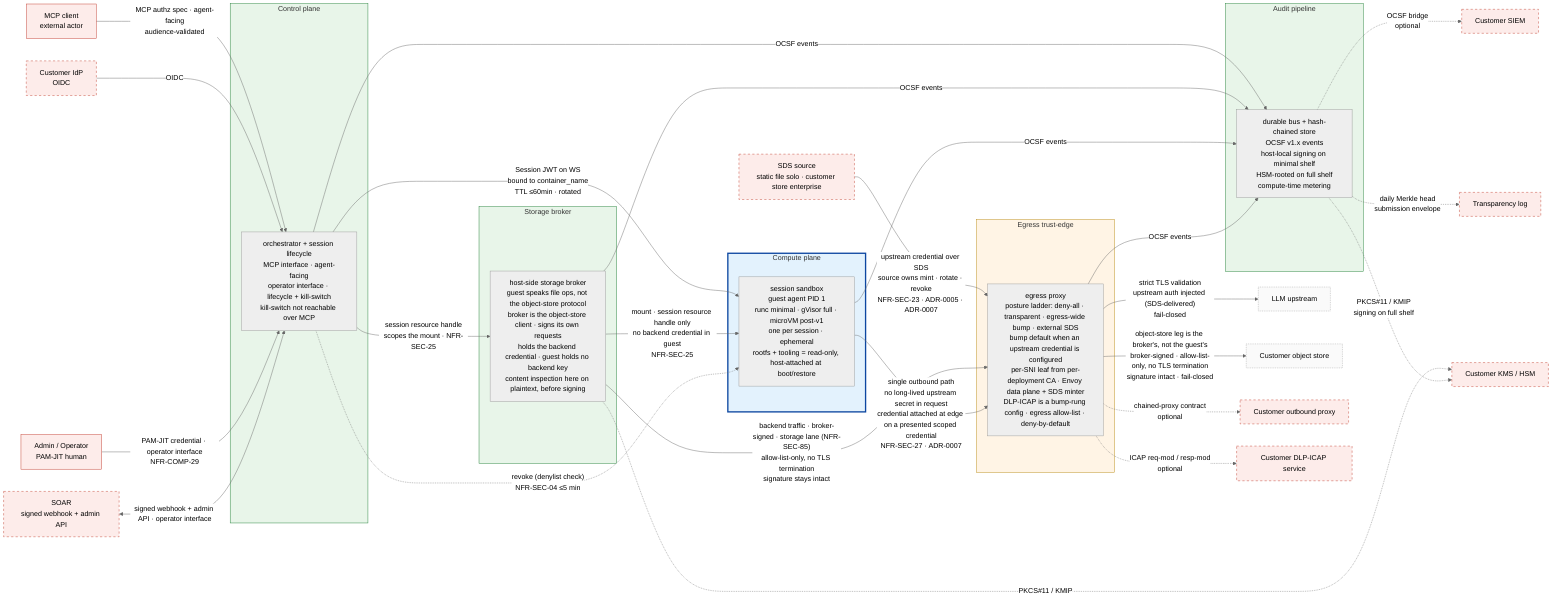
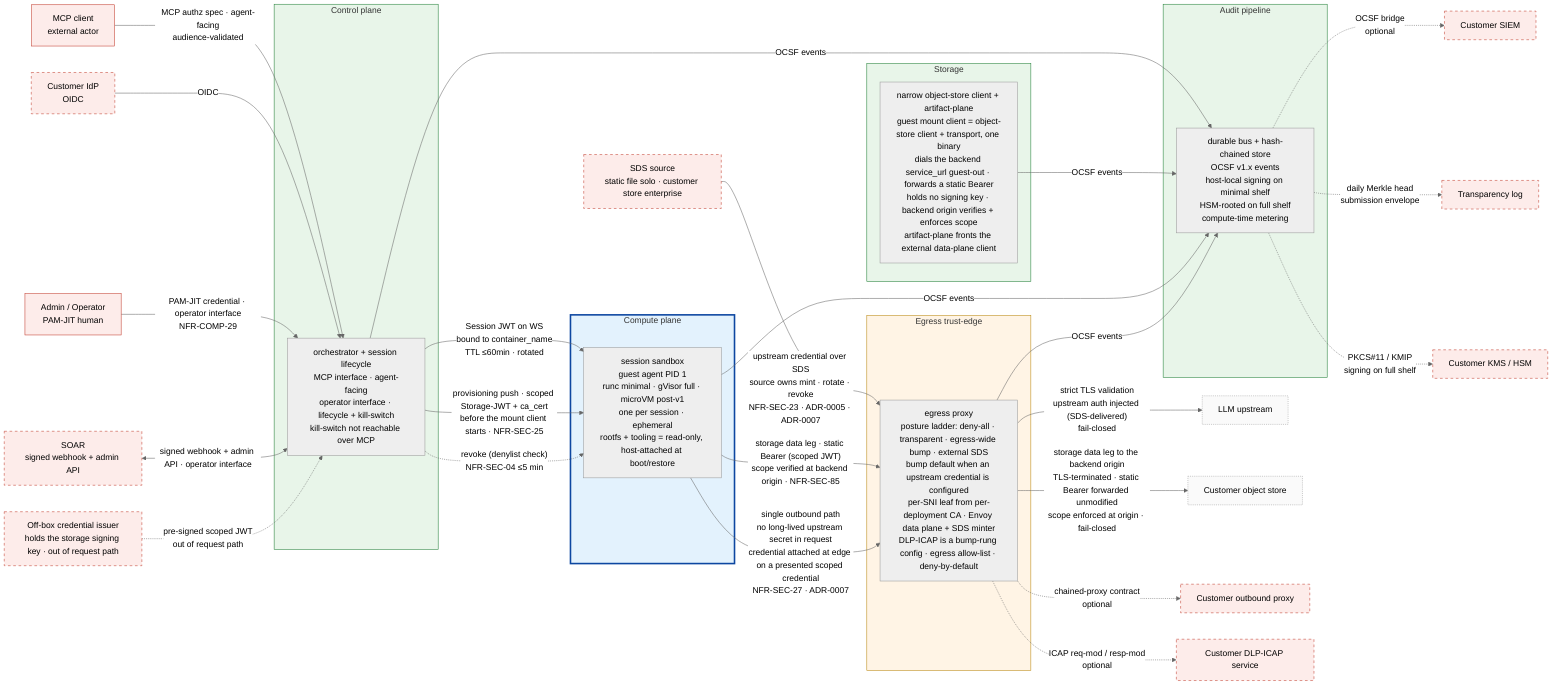
%% SPDX-License-Identifier: FSL-1.1-Apache-2.0
%% Copyright (c) 2025 Open Computer Use Contributors
%% Canonical Layer 3 trust-zone diagram. Referenced from docs/architecture/02-trust-boundaries.md §5.
%% Convention: solid subgraph border = always present; dashed border = optional configuration.
%% Palette (project convention): red untrusted / amber semi-trusted / green trusted / blue isolated.

%%{init: {"theme": "neutral"} }%%
flowchart LR

    %% ─── external actors (untrusted; rendered as plain nodes, not subgraphs) ───
    MCPC[MCP client<br/>external actor]:::ext
    IDP[Customer IdP<br/>OIDC]:::extOpt
    LLM[LLM upstream]:::endpoint
    OBJ[Customer object store]:::endpoint
    CPROXY[Customer outbound proxy]:::extOpt
    ICAP[Customer DLP-ICAP service]:::extOpt
    SIEM[Customer SIEM]:::extOpt
    KMS[Customer KMS / HSM]:::extOpt
    SDS[SDS source<br/>static file solo · customer store enterprise]:::extOpt
+     ISS[Off-box credential issuer<br/>holds the storage signing key · out of request path]:::extOpt
    SOAR[SOAR<br/>signed webhook + admin API]:::extOpt
    OPER[Admin / Operator<br/>PAM-JIT human]:::ext
    TLOG[Transparency log]:::extOpt

    %% ─── our zones ───
    %% Control plane is one trust-zone exposing two interfaces: an agent-facing
    %% MCP surface (tool calls) and an operator/lifecycle surface (session
    %% lifecycle, quota, kill-switch). The kill-switch is reachable only on the
    %% operator surface — never over MCP. The two-container split is a Layer 6
    %% concern; here they are one zone.
    subgraph CP[Control plane]
        ORCH[orchestrator + session lifecycle<br/>MCP interface · agent-facing<br/>operator interface · lifecycle + kill-switch<br/>kill-switch not reachable over MCP]
    end

-     subgraph STORE[Storage broker]
-         SB[host-side storage broker<br/>guest speaks file ops, not the object-store protocol<br/>broker is the object-store client · signs its own requests<br/>holds the backend credential · guest holds no backend key<br/>content inspection here on plaintext, before signing]
+     subgraph STORE[Storage]
+         SB[narrow object-store client + artifact-plane<br/>guest mount client = object-store client + transport, one binary<br/>dials the backend service_url guest-out · forwards a static Bearer<br/>holds no signing key · backend origin verifies + enforces scope<br/>artifact-plane fronts the external data-plane client]
    end

    subgraph COMPUTE[Compute plane]
        VM[session sandbox<br/>guest agent PID 1<br/>runc minimal · gVisor full · microVM post-v1<br/>one per session · ephemeral<br/>rootfs + tooling = read-only, host-attached at boot/restore]
    end

    %% Posture is the §7 ladder, not two modes; injection at the egress-wide-bump rung. See ADR-0007.
    subgraph EDGE[Egress trust-edge]
        PROXY[egress proxy<br/>posture ladder: deny-all · transparent · egress-wide bump · external SDS<br/>bump default when an upstream credential is configured<br/>per-SNI leaf from per-deployment CA · Envoy data plane + SDS minter<br/>DLP-ICAP is a bump-rung config · egress allow-list · deny-by-default]
    end

    subgraph AUDIT[Audit pipeline]
        BUS[durable bus + hash-chained store<br/>OCSF v1.x events<br/>host-local signing on minimal shelf<br/>HSM-rooted on full shelf<br/>compute-time metering]
    end

    %% ─── inbound edges ───
    %% MCP arrives on the agent-facing interface; operator + SOAR arrive on the
    %% operator/lifecycle interface. Distinct auth; the kill-switch lives only
    %% on the latter.
    MCPC -->|"MCP authz spec · agent-facing<br/>audience-validated"| ORCH
    IDP -->|OIDC| ORCH
    OPER -->|"PAM-JIT credential · operator interface<br/>NFR-COMP-29"| ORCH
    SOAR <-->|"signed webhook + admin API · operator interface"| ORCH

    %% ─── internal edges (encrypted in transit; NFR-SEC-37) ───
    ORCH -->|"Session JWT on WS<br/>bound to container_name<br/>TTL ≤60min · rotated"| VM
-     ORCH -->|"session resource handle<br/>scopes the mount · NFR-SEC-25"| SB
+     ISS -.->|"pre-signed scoped JWT<br/>out of request path"| ORCH
+     ORCH -->|"provisioning push · scoped Storage-JWT + ca_cert<br/>before the mount client starts · NFR-SEC-25"| VM
    SDS -->|"upstream credential over SDS<br/>source owns mint · rotate · revoke<br/>NFR-SEC-23 · ADR-0005 · ADR-0007"| PROXY

-     %% ─── storage-mount path (second guest-data boundary: in vs out) ───
-     %% Distinct from egress. The guest reads/writes mutable user-data through a
-     %% mount the broker serves; the guest holds only a session-scoped resource
-     %% handle (e.g. filesystem_id), never the storage backend credential. The
-     %% broker's own backend traffic leaves on a storage-dedicated lane at the
-     %% Egress trust-edge, distinct from the guest egress lane (NFR-SEC-85).
-     %% Mount substrate (FUSE / virtio-fs / 9p) is component-spec.
-     SB -->|"mount · session resource handle only<br/>no backend credential in guest<br/>NFR-SEC-25"| VM
-     SB -->|"backend traffic · broker-signed · storage lane (NFR-SEC-85)<br/>allow-list-only, no TLS termination<br/>signature stays intact"| PROXY
+     %% ─── storage data leg (second guest-data boundary, guest-out) ───
+     %% Distinct from the provisioning push. The in-guest mount client (object-store
+     %% client + transport, one binary) dials the backend service_url guest-out over
+     %% the single egress hop and forwards the scoped Storage-JWT as a static Bearer;
+     %% the hop terminates TLS and forwards the bearer unmodified (no per-request
+     %% signature to preserve), and the backend origin enforces the filesystem_id
+     %% scope (NFR-SEC-25 · NFR-SEC-31 · NFR-SEC-85). No host-side object-store-client
+     %% hop carries the guest's request. Mount substrate (FUSE / virtio-fs / 9p) is
+     %% component-spec.
+     VM -->|"storage data leg · static Bearer (scoped JWT)<br/>scope verified at backend origin · NFR-SEC-85"| PROXY

    %% ─── revoke channel (denylist; independent of IdP reachability) ───
    %% Compute plane gets a direct denylist check (Session JWT TTL ≤60min needs it);
    %% Egress trust-edge revoke = the edge stops injecting upstream auth for a
    %% revoked session; the SDS source owns the credential's own TTL, so no
    %% direct ORCH→PROXY edge.
    ORCH -.->|"revoke (denylist check)<br/>NFR-SEC-04 ≤5 min"| VM

    %% ─── egress edges ───
    VM -->|"single outbound path<br/>no long-lived upstream secret in request<br/>credential attached at edge on a presented scoped credential<br/>NFR-SEC-27 · ADR-0007"| PROXY
    PROXY -->|"strict TLS validation<br/>upstream auth injected (SDS-delivered)<br/>fail-closed"| LLM
-     PROXY -->|"object-store leg is the broker's, not the guest's<br/>broker-signed · allow-list-only, no TLS termination<br/>signature intact · fail-closed"| OBJ
+     PROXY -->|"storage data leg to the backend origin<br/>TLS-terminated · static Bearer forwarded unmodified<br/>scope enforced at origin · fail-closed"| OBJ
    PROXY -.->|"chained-proxy contract<br/>optional"| CPROXY
    PROXY -.->|"ICAP req-mod / resp-mod<br/>optional"| ICAP

    %% ─── audit edges (every named zone emits OCSF events) ───
    ORCH -->|OCSF events| BUS
    SB -->|OCSF events| BUS
    VM -->|OCSF events| BUS
    PROXY -->|OCSF events| BUS

    %% ─── audit egress ───
    BUS -.->|"OCSF bridge<br/>optional"| SIEM
    BUS -.->|"daily Merkle head<br/>submission envelope"| TLOG

    %% ─── KMS path (optional, full-capability shelf only) ───
-     SB -.->|"PKCS#11 / KMIP"| KMS
+     %% The storage signing key is off-box at the credential issuer (ISS), not in a
+     %% zone here; CMEK envelope (workspace_cmek_enabled) is a backend-origin concern.
    BUS -.->|"PKCS#11 / KMIP<br/>signing on full shelf"| KMS

    %% ─── styling (project palette: red untrusted / amber semi-trusted / green trusted / blue isolated) ───
    classDef ext fill:#fdecea,stroke:#c0392b,stroke-width:1px;
    classDef extOpt fill:#fdecea,stroke:#c0392b,stroke-dasharray: 5 5;
    classDef endpoint fill:#fafafa,stroke:#9e9e9e,stroke-dasharray: 2 2;
    style CP fill:#e8f5e9,stroke:#1e7e34,stroke-width:1px;
    style STORE fill:#e8f5e9,stroke:#1e7e34,stroke-width:1px;
    style COMPUTE fill:#e3f2fd,stroke:#0d47a1,stroke-width:3px;
    style EDGE fill:#fff4e5,stroke:#b8860b,stroke-width:1px;
    style AUDIT fill:#e8f5e9,stroke:#1e7e34,stroke-width:1px;
